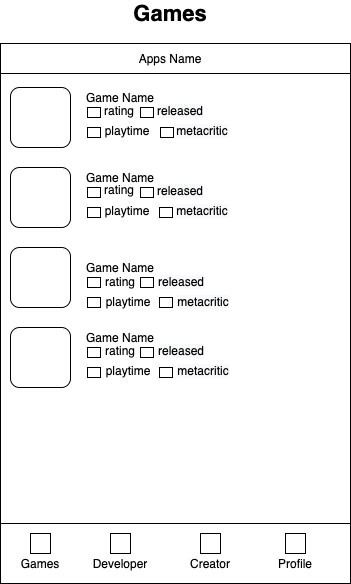
Above: lofi design/IOS submission-Games.png in putrautama007/game_catalogue (draw.io), before the change. Source tidied: cells renumbered, new cells last; positions are measured from the earlier drawing's top-left corner, leaving out a move shared by most shapes. The source it was exported from:
```xml
<mxGraphModel>
  <root>
    <mxCell id="0" />
    <mxCell id="1" parent="0" />
    <mxCell id="2" style="rounded=0;whiteSpace=wrap;html=1;" parent="1" vertex="1">
      <mxGeometry y="40" width="350" height="540" as="geometry" />
    </mxCell>
    <mxCell id="3" style="rounded=0;whiteSpace=wrap;html=1;" parent="1" vertex="1">
      <mxGeometry y="520" width="350" height="60" as="geometry" />
    </mxCell>
    <mxCell id="4" value="Games" style="text;html=1;strokeColor=none;fillColor=none;align=center;verticalAlign=middle;whiteSpace=wrap;rounded=0;" parent="1" vertex="1">
      <mxGeometry x="20" y="550" width="40" height="20" as="geometry" />
    </mxCell>
    <mxCell id="5" value="Developer" style="text;html=1;strokeColor=none;fillColor=none;align=center;verticalAlign=middle;whiteSpace=wrap;rounded=0;" parent="1" vertex="1">
      <mxGeometry x="100" y="550" width="40" height="20" as="geometry" />
    </mxCell>
    <mxCell id="6" value="Creator" style="text;html=1;strokeColor=none;fillColor=none;align=center;verticalAlign=middle;whiteSpace=wrap;rounded=0;" parent="1" vertex="1">
      <mxGeometry x="190" y="550" width="40" height="20" as="geometry" />
    </mxCell>
    <mxCell id="7" value="Profile" style="text;html=1;strokeColor=none;fillColor=none;align=center;verticalAlign=middle;whiteSpace=wrap;rounded=0;" parent="1" vertex="1">
      <mxGeometry x="275" y="550" width="40" height="20" as="geometry" />
    </mxCell>
    <mxCell id="8" style="rounded=0;whiteSpace=wrap;html=1;" parent="1" vertex="1">
      <mxGeometry x="30" y="530" width="20" height="20" as="geometry" />
    </mxCell>
    <mxCell id="9" style="rounded=0;whiteSpace=wrap;html=1;" parent="1" vertex="1">
      <mxGeometry x="110" y="530" width="20" height="20" as="geometry" />
    </mxCell>
    <mxCell id="10" style="rounded=0;whiteSpace=wrap;html=1;" parent="1" vertex="1">
      <mxGeometry x="200" y="530" width="20" height="20" as="geometry" />
    </mxCell>
    <mxCell id="11" style="rounded=0;whiteSpace=wrap;html=1;" parent="1" vertex="1">
      <mxGeometry x="285" y="530" width="20" height="20" as="geometry" />
    </mxCell>
    <mxCell id="12" style="rounded=1;whiteSpace=wrap;html=1;" parent="1" vertex="1">
      <mxGeometry x="10" y="84" width="60" height="60" as="geometry" />
    </mxCell>
    <mxCell id="13" style="rounded=1;whiteSpace=wrap;html=1;" parent="1" vertex="1">
      <mxGeometry x="10" y="164" width="60" height="60" as="geometry" />
    </mxCell>
    <mxCell id="14" style="rounded=1;whiteSpace=wrap;html=1;" parent="1" vertex="1">
      <mxGeometry x="10" y="244" width="60" height="60" as="geometry" />
    </mxCell>
    <mxCell id="15" style="rounded=1;whiteSpace=wrap;html=1;" parent="1" vertex="1">
      <mxGeometry x="10" y="324" width="60" height="60" as="geometry" />
    </mxCell>
    <mxCell id="16" value="Game Name" style="text;html=1;strokeColor=none;fillColor=none;align=center;verticalAlign=middle;whiteSpace=wrap;rounded=0;" parent="1" vertex="1">
      <mxGeometry x="80" y="84" width="80" height="20" as="geometry" />
    </mxCell>
    <mxCell id="17" value="Game Name" style="text;html=1;strokeColor=none;fillColor=none;align=center;verticalAlign=middle;whiteSpace=wrap;rounded=0;" parent="1" vertex="1">
      <mxGeometry x="80" y="164" width="80" height="20" as="geometry" />
    </mxCell>
    <mxCell id="18" value="Game Name" style="text;html=1;strokeColor=none;fillColor=none;align=center;verticalAlign=middle;whiteSpace=wrap;rounded=0;" parent="1" vertex="1">
      <mxGeometry x="80" y="254" width="80" height="20" as="geometry" />
    </mxCell>
    <mxCell id="19" value="Game Name" style="text;html=1;strokeColor=none;fillColor=none;align=center;verticalAlign=middle;whiteSpace=wrap;rounded=0;" parent="1" vertex="1">
      <mxGeometry x="80" y="324" width="80" height="20" as="geometry" />
    </mxCell>
    <mxCell id="20" style="rounded=0;whiteSpace=wrap;html=1;" parent="1" vertex="1">
      <mxGeometry x="87" y="104" width="13" height="10" as="geometry" />
    </mxCell>
    <mxCell id="21" style="rounded=0;whiteSpace=wrap;html=1;" parent="1" vertex="1">
      <mxGeometry x="87" y="124" width="13" height="10" as="geometry" />
    </mxCell>
    <mxCell id="22" style="rounded=0;whiteSpace=wrap;html=1;" parent="1" vertex="1">
      <mxGeometry x="140" y="104" width="13" height="10" as="geometry" />
    </mxCell>
    <mxCell id="23" style="rounded=0;whiteSpace=wrap;html=1;" parent="1" vertex="1">
      <mxGeometry x="160" y="124" width="13" height="10" as="geometry" />
    </mxCell>
    <mxCell id="24" style="rounded=0;whiteSpace=wrap;html=1;" parent="1" vertex="1">
      <mxGeometry x="87" y="184" width="13" height="10" as="geometry" />
    </mxCell>
    <mxCell id="25" style="rounded=0;whiteSpace=wrap;html=1;" parent="1" vertex="1">
      <mxGeometry x="87" y="204" width="13" height="10" as="geometry" />
    </mxCell>
    <mxCell id="26" style="rounded=0;whiteSpace=wrap;html=1;" parent="1" vertex="1">
      <mxGeometry x="140" y="184" width="13" height="10" as="geometry" />
    </mxCell>
    <mxCell id="27" style="rounded=0;whiteSpace=wrap;html=1;" parent="1" vertex="1">
      <mxGeometry x="159" y="204" width="13" height="10" as="geometry" />
    </mxCell>
    <mxCell id="28" style="rounded=0;whiteSpace=wrap;html=1;" parent="1" vertex="1">
      <mxGeometry x="87" y="274" width="13" height="10" as="geometry" />
    </mxCell>
    <mxCell id="29" style="rounded=0;whiteSpace=wrap;html=1;" parent="1" vertex="1">
      <mxGeometry x="87" y="294" width="13" height="10" as="geometry" />
    </mxCell>
    <mxCell id="30" style="rounded=0;whiteSpace=wrap;html=1;" parent="1" vertex="1">
      <mxGeometry x="140" y="274" width="13" height="10" as="geometry" />
    </mxCell>
    <mxCell id="31" style="rounded=0;whiteSpace=wrap;html=1;" parent="1" vertex="1">
      <mxGeometry x="159" y="294" width="13" height="10" as="geometry" />
    </mxCell>
    <mxCell id="32" style="rounded=0;whiteSpace=wrap;html=1;" parent="1" vertex="1">
      <mxGeometry x="87" y="344" width="13" height="10" as="geometry" />
    </mxCell>
    <mxCell id="33" style="rounded=0;whiteSpace=wrap;html=1;" parent="1" vertex="1">
      <mxGeometry x="87" y="364" width="13" height="10" as="geometry" />
    </mxCell>
    <mxCell id="34" style="rounded=0;whiteSpace=wrap;html=1;" parent="1" vertex="1">
      <mxGeometry x="140" y="344" width="13" height="10" as="geometry" />
    </mxCell>
    <mxCell id="35" style="rounded=0;whiteSpace=wrap;html=1;" parent="1" vertex="1">
      <mxGeometry x="159" y="364" width="13" height="10" as="geometry" />
    </mxCell>
    <mxCell id="36" value="&lt;font style=&quot;font-size: 22px&quot;&gt;&lt;b&gt;Games&lt;/b&gt;&lt;/font&gt;" style="text;html=1;strokeColor=none;fillColor=none;align=center;verticalAlign=middle;whiteSpace=wrap;rounded=0;" parent="1" vertex="1">
      <mxGeometry x="150" width="40" height="20" as="geometry" />
    </mxCell>
    <mxCell id="37" value="rating" style="text;html=1;strokeColor=none;fillColor=none;align=center;verticalAlign=middle;whiteSpace=wrap;rounded=0;" parent="1" vertex="1">
      <mxGeometry x="79" y="97" width="80" height="20" as="geometry" />
    </mxCell>
    <mxCell id="38" value="playtime" style="text;html=1;strokeColor=none;fillColor=none;align=center;verticalAlign=middle;whiteSpace=wrap;rounded=0;" parent="1" vertex="1">
      <mxGeometry x="87" y="117" width="80" height="20" as="geometry" />
    </mxCell>
    <mxCell id="39" value="&lt;meta charset=&quot;utf-8&quot;&gt;&lt;span style=&quot;color: rgb(0, 0, 0); font-family: helvetica; font-size: 12px; font-style: normal; font-weight: 400; letter-spacing: normal; text-align: center; text-indent: 0px; text-transform: none; word-spacing: 0px; background-color: rgb(248, 249, 250); display: inline; float: none;&quot;&gt;metacritic&lt;/span&gt;" style="text;html=1;strokeColor=none;fillColor=none;align=center;verticalAlign=middle;whiteSpace=wrap;rounded=0;" parent="1" vertex="1">
      <mxGeometry x="162" y="117" width="80" height="20" as="geometry" />
    </mxCell>
    <mxCell id="40" value="&lt;span style=&quot;color: rgb(0 , 0 , 0) ; font-family: &amp;#34;helvetica&amp;#34; ; font-size: 12px ; font-style: normal ; font-weight: 400 ; letter-spacing: normal ; text-align: center ; text-indent: 0px ; text-transform: none ; word-spacing: 0px ; background-color: rgb(248 , 249 , 250) ; display: inline ; float: none&quot;&gt;released&lt;/span&gt;" style="text;html=1;strokeColor=none;fillColor=none;align=center;verticalAlign=middle;whiteSpace=wrap;rounded=0;" parent="1" vertex="1">
      <mxGeometry x="140" y="97" width="80" height="20" as="geometry" />
    </mxCell>
    <mxCell id="41" value="rating" style="text;html=1;strokeColor=none;fillColor=none;align=center;verticalAlign=middle;whiteSpace=wrap;rounded=0;" parent="1" vertex="1">
      <mxGeometry x="79" y="176" width="80" height="20" as="geometry" />
    </mxCell>
    <mxCell id="42" value="&lt;span style=&quot;color: rgb(0 , 0 , 0) ; font-family: &amp;#34;helvetica&amp;#34; ; font-size: 12px ; font-style: normal ; font-weight: 400 ; letter-spacing: normal ; text-align: center ; text-indent: 0px ; text-transform: none ; word-spacing: 0px ; background-color: rgb(248 , 249 , 250) ; display: inline ; float: none&quot;&gt;released&lt;/span&gt;" style="text;html=1;strokeColor=none;fillColor=none;align=center;verticalAlign=middle;whiteSpace=wrap;rounded=0;" parent="1" vertex="1">
      <mxGeometry x="140" y="177" width="80" height="20" as="geometry" />
    </mxCell>
    <mxCell id="43" value="playtime" style="text;html=1;strokeColor=none;fillColor=none;align=center;verticalAlign=middle;whiteSpace=wrap;rounded=0;" parent="1" vertex="1">
      <mxGeometry x="87" y="197" width="80" height="20" as="geometry" />
    </mxCell>
    <mxCell id="44" value="&lt;meta charset=&quot;utf-8&quot;&gt;&lt;span style=&quot;color: rgb(0, 0, 0); font-family: helvetica; font-size: 12px; font-style: normal; font-weight: 400; letter-spacing: normal; text-align: center; text-indent: 0px; text-transform: none; word-spacing: 0px; background-color: rgb(248, 249, 250); display: inline; float: none;&quot;&gt;metacritic&lt;/span&gt;" style="text;html=1;strokeColor=none;fillColor=none;align=center;verticalAlign=middle;whiteSpace=wrap;rounded=0;" parent="1" vertex="1">
      <mxGeometry x="162" y="197" width="80" height="20" as="geometry" />
    </mxCell>
    <mxCell id="45" value="rating" style="text;html=1;strokeColor=none;fillColor=none;align=center;verticalAlign=middle;whiteSpace=wrap;rounded=0;" parent="1" vertex="1">
      <mxGeometry x="80" y="268" width="80" height="20" as="geometry" />
    </mxCell>
    <mxCell id="46" value="playtime" style="text;html=1;strokeColor=none;fillColor=none;align=center;verticalAlign=middle;whiteSpace=wrap;rounded=0;" parent="1" vertex="1">
      <mxGeometry x="88" y="288" width="80" height="20" as="geometry" />
    </mxCell>
    <mxCell id="47" value="&lt;meta charset=&quot;utf-8&quot;&gt;&lt;span style=&quot;color: rgb(0, 0, 0); font-family: helvetica; font-size: 12px; font-style: normal; font-weight: 400; letter-spacing: normal; text-align: center; text-indent: 0px; text-transform: none; word-spacing: 0px; background-color: rgb(248, 249, 250); display: inline; float: none;&quot;&gt;metacritic&lt;/span&gt;" style="text;html=1;strokeColor=none;fillColor=none;align=center;verticalAlign=middle;whiteSpace=wrap;rounded=0;" parent="1" vertex="1">
      <mxGeometry x="163" y="288" width="80" height="20" as="geometry" />
    </mxCell>
    <mxCell id="48" value="&lt;span style=&quot;color: rgb(0 , 0 , 0) ; font-family: &amp;#34;helvetica&amp;#34; ; font-size: 12px ; font-style: normal ; font-weight: 400 ; letter-spacing: normal ; text-align: center ; text-indent: 0px ; text-transform: none ; word-spacing: 0px ; background-color: rgb(248 , 249 , 250) ; display: inline ; float: none&quot;&gt;released&lt;/span&gt;" style="text;html=1;strokeColor=none;fillColor=none;align=center;verticalAlign=middle;whiteSpace=wrap;rounded=0;" parent="1" vertex="1">
      <mxGeometry x="141" y="268" width="80" height="20" as="geometry" />
    </mxCell>
    <mxCell id="49" value="rating" style="text;html=1;strokeColor=none;fillColor=none;align=center;verticalAlign=middle;whiteSpace=wrap;rounded=0;" parent="1" vertex="1">
      <mxGeometry x="80" y="337" width="80" height="20" as="geometry" />
    </mxCell>
    <mxCell id="50" value="playtime" style="text;html=1;strokeColor=none;fillColor=none;align=center;verticalAlign=middle;whiteSpace=wrap;rounded=0;" parent="1" vertex="1">
      <mxGeometry x="88" y="357" width="80" height="20" as="geometry" />
    </mxCell>
    <mxCell id="51" value="&lt;meta charset=&quot;utf-8&quot;&gt;&lt;span style=&quot;color: rgb(0, 0, 0); font-family: helvetica; font-size: 12px; font-style: normal; font-weight: 400; letter-spacing: normal; text-align: center; text-indent: 0px; text-transform: none; word-spacing: 0px; background-color: rgb(248, 249, 250); display: inline; float: none;&quot;&gt;metacritic&lt;/span&gt;" style="text;html=1;strokeColor=none;fillColor=none;align=center;verticalAlign=middle;whiteSpace=wrap;rounded=0;" parent="1" vertex="1">
      <mxGeometry x="163" y="357" width="80" height="20" as="geometry" />
    </mxCell>
    <mxCell id="52" value="&lt;span style=&quot;color: rgb(0 , 0 , 0) ; font-family: &amp;#34;helvetica&amp;#34; ; font-size: 12px ; font-style: normal ; font-weight: 400 ; letter-spacing: normal ; text-align: center ; text-indent: 0px ; text-transform: none ; word-spacing: 0px ; background-color: rgb(248 , 249 , 250) ; display: inline ; float: none&quot;&gt;released&lt;/span&gt;" style="text;html=1;strokeColor=none;fillColor=none;align=center;verticalAlign=middle;whiteSpace=wrap;rounded=0;" parent="1" vertex="1">
      <mxGeometry x="141" y="337" width="80" height="20" as="geometry" />
    </mxCell>
    <mxCell id="53" style="rounded=0;whiteSpace=wrap;html=1;" parent="1" vertex="1">
      <mxGeometry y="40" width="350" height="30" as="geometry" />
    </mxCell>
    <mxCell id="54" value="Apps Name" style="text;html=1;strokeColor=none;fillColor=none;align=center;verticalAlign=middle;whiteSpace=wrap;rounded=0;" parent="1" vertex="1">
      <mxGeometry x="130" y="45" width="80" height="20" as="geometry" />
    </mxCell>
  </root>
</mxGraphModel>
```
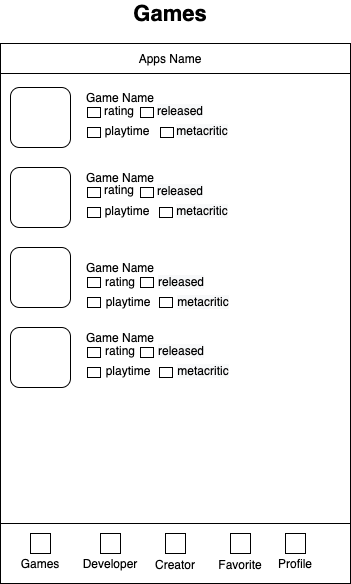
The same diagram one commit later.

Diff of the diagram source:
```diff
@@ -12,10 +12,10 @@
       <mxGeometry x="20" y="550" width="40" height="20" as="geometry" />
     </mxCell>
     <mxCell id="5" value="Developer" style="text;html=1;strokeColor=none;fillColor=none;align=center;verticalAlign=middle;whiteSpace=wrap;rounded=0;" parent="1" vertex="1">
-      <mxGeometry x="100" y="550" width="40" height="20" as="geometry" />
+      <mxGeometry x="90" y="550" width="40" height="20" as="geometry" />
     </mxCell>
     <mxCell id="6" value="Creator" style="text;html=1;strokeColor=none;fillColor=none;align=center;verticalAlign=middle;whiteSpace=wrap;rounded=0;" parent="1" vertex="1">
-      <mxGeometry x="190" y="550" width="40" height="20" as="geometry" />
+      <mxGeometry x="155" y="556" width="40" height="10" as="geometry" />
     </mxCell>
     <mxCell id="7" value="Profile" style="text;html=1;strokeColor=none;fillColor=none;align=center;verticalAlign=middle;whiteSpace=wrap;rounded=0;" parent="1" vertex="1">
       <mxGeometry x="275" y="550" width="40" height="20" as="geometry" />
@@ -24,10 +24,10 @@
       <mxGeometry x="30" y="530" width="20" height="20" as="geometry" />
     </mxCell>
     <mxCell id="9" style="rounded=0;whiteSpace=wrap;html=1;" parent="1" vertex="1">
-      <mxGeometry x="110" y="530" width="20" height="20" as="geometry" />
+      <mxGeometry x="100" y="530" width="20" height="20" as="geometry" />
     </mxCell>
     <mxCell id="10" style="rounded=0;whiteSpace=wrap;html=1;" parent="1" vertex="1">
-      <mxGeometry x="200" y="530" width="20" height="20" as="geometry" />
+      <mxGeometry x="165" y="530" width="20" height="20" as="geometry" />
     </mxCell>
     <mxCell id="11" style="rounded=0;whiteSpace=wrap;html=1;" parent="1" vertex="1">
       <mxGeometry x="285" y="530" width="20" height="20" as="geometry" />
@@ -161,5 +161,11 @@
     <mxCell id="54" value="Apps Name" style="text;html=1;strokeColor=none;fillColor=none;align=center;verticalAlign=middle;whiteSpace=wrap;rounded=0;" parent="1" vertex="1">
       <mxGeometry x="130" y="45" width="80" height="20" as="geometry" />
     </mxCell>
+    <mxCell id="55" value="Favorite" style="text;html=1;strokeColor=none;fillColor=none;align=center;verticalAlign=middle;whiteSpace=wrap;rounded=0;" parent="1" vertex="1">
+      <mxGeometry x="220" y="551" width="40" height="20" as="geometry" />
+    </mxCell>
+    <mxCell id="56" style="rounded=0;whiteSpace=wrap;html=1;" parent="1" vertex="1">
+      <mxGeometry x="230" y="530" width="20" height="20" as="geometry" />
+    </mxCell>
   </root>
 </mxGraphModel>
```
